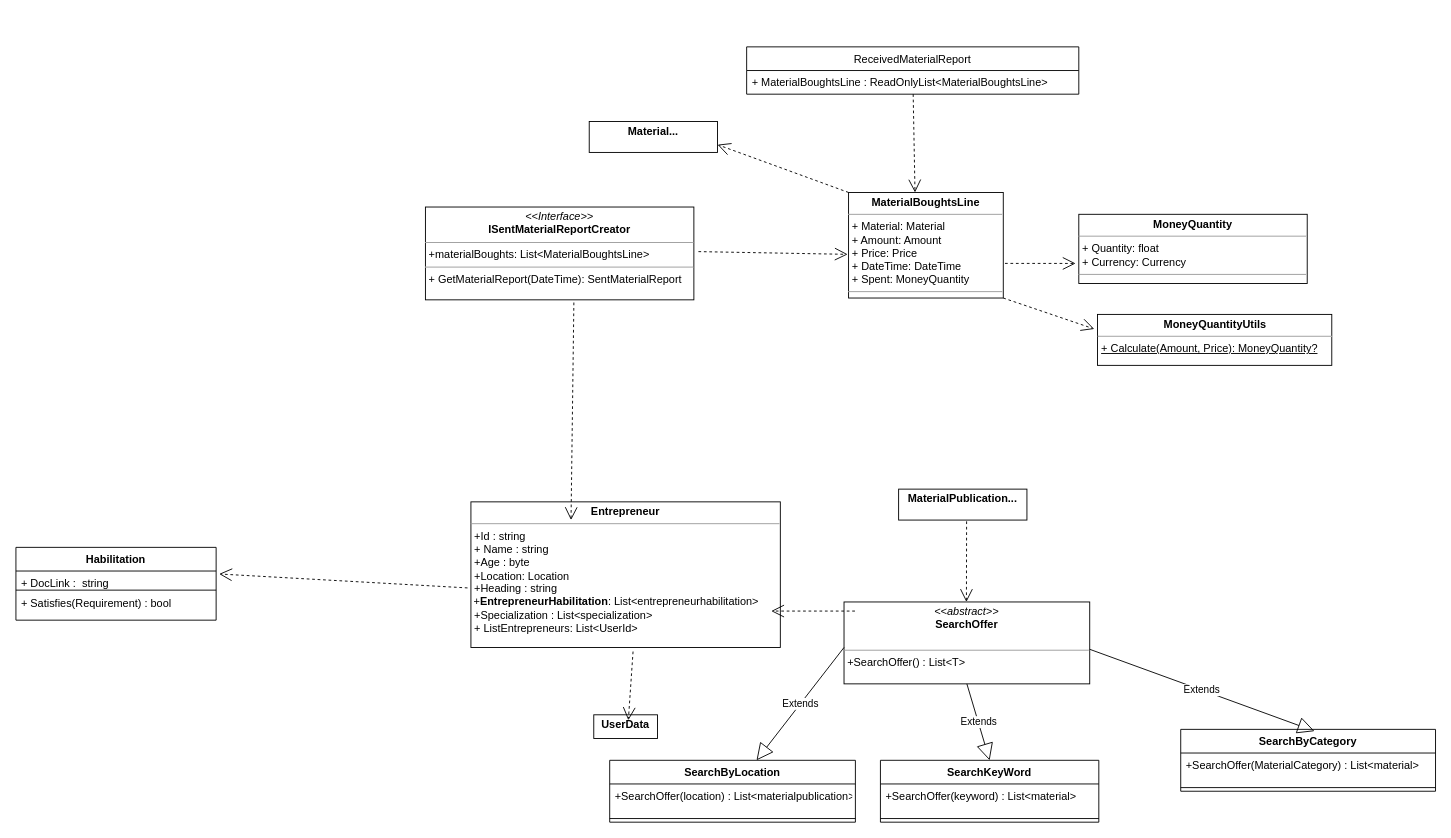
Before: assets/UML-diagramEntrepreneur.drawio in ProgramacionII-Equipo3/Grupo3-Proyecto, a draw.io diagram. Source tidied: cells renumbered, new cells numbered last; positions are measured from the earlier drawing's top-left corner, leaving out a move shared by most shapes. Both pictures are drawn from the tidied source at 91%, with x=0, y=0 at pixel (15, 46).
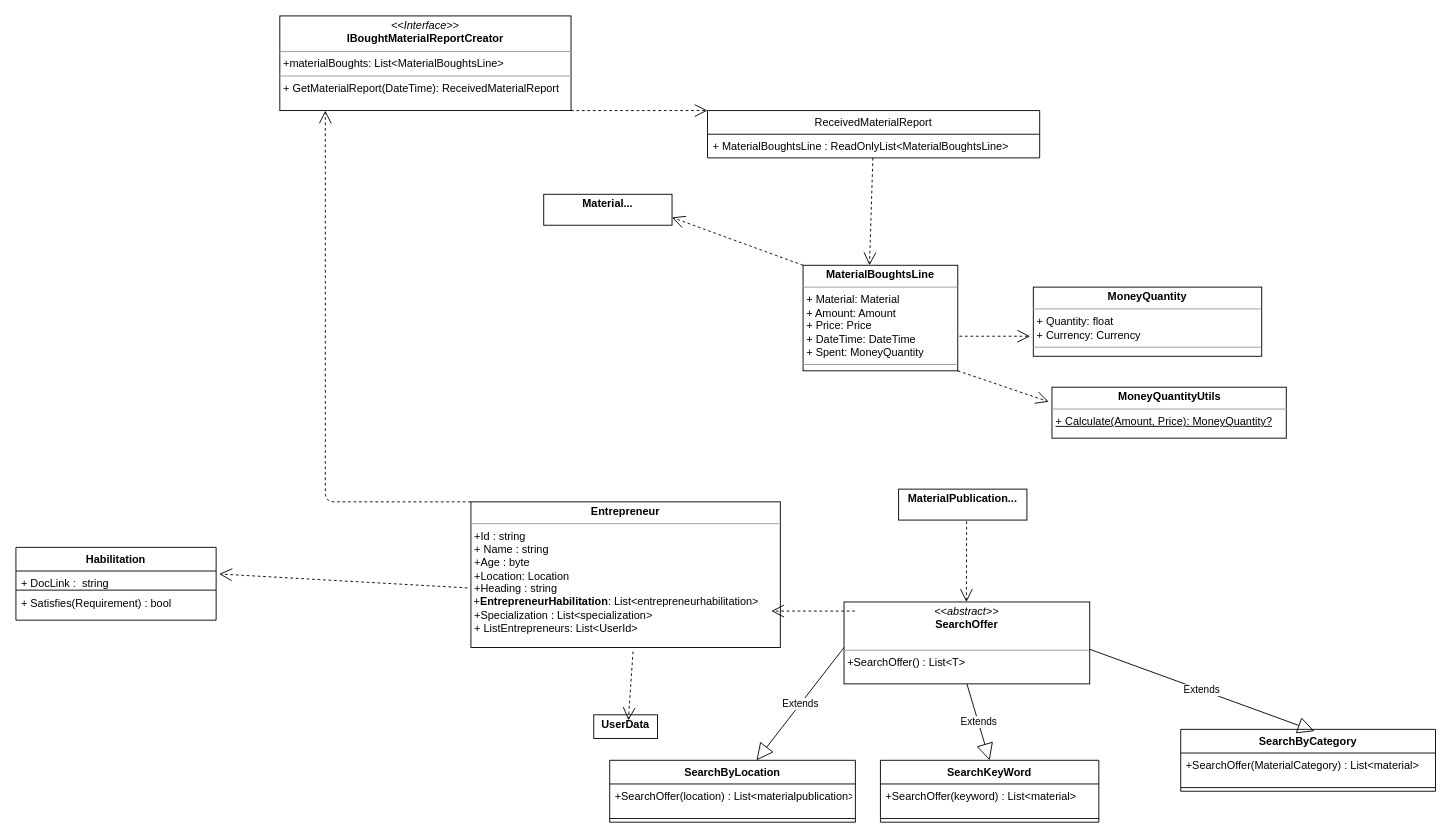
The same page after the edit.

Unchanged cells that the change refers to:
```xml
<mxCell id="2" value="&lt;p style=&quot;margin: 0px ; margin-top: 4px ; text-align: center&quot;&gt;&lt;b&gt;Entrepreneur&lt;/b&gt;&lt;/p&gt;&lt;hr size=&quot;1&quot;&gt;&lt;p style=&quot;margin: 0px ; margin-left: 4px&quot;&gt;+Id : string&lt;/p&gt;&lt;p style=&quot;margin: 0px ; margin-left: 4px&quot;&gt;+ Name : string&lt;/p&gt;&lt;p style=&quot;margin: 0px ; margin-left: 4px&quot;&gt;+Age : byte&lt;/p&gt;&lt;p style=&quot;margin: 0px ; margin-left: 4px&quot;&gt;+Location: Location&lt;/p&gt;&lt;p style=&quot;margin: 0px ; margin-left: 4px&quot;&gt;&lt;span&gt;+Heading : string&amp;nbsp;&lt;/span&gt;&lt;/p&gt;&amp;nbsp;+&lt;span style=&quot;font-weight: 700 ; text-align: center&quot;&gt;EntrepreneurHabilitation&lt;/span&gt;: List&amp;lt;entrepreneurhabilitation&amp;gt;&lt;p style=&quot;margin: 0px ; margin-left: 4px&quot;&gt;+Specialization : List&amp;lt;specialization&amp;gt;&lt;/p&gt;&lt;p style=&quot;margin: 0px ; margin-left: 4px&quot;&gt;+ ListEntrepreneurs: List&amp;lt;UserId&amp;gt;&lt;br&gt;&lt;/p&gt;&lt;p style=&quot;margin: 0px ; margin-left: 4px&quot;&gt;&lt;br&gt;&lt;/p&gt;&lt;br&gt;&lt;hr size=&quot;1&quot;&gt;&lt;p style=&quot;margin: 0px ; margin-left: 4px&quot;&gt;+ method(): Type&lt;/p&gt;" style="verticalAlign=top;align=left;overflow=fill;fontSize=12;fontFamily=Helvetica;html=1;" parent="1" vertex="1">
  <mxGeometry x="500" y="500" width="340" height="160" as="geometry" />
</mxCell>
```

The edit, as a diff of the source:
```diff
@@
     <mxCell id="8" value="ReceivedMaterialReport" style="swimlane;fontStyle=0;horizontal=1;startSize=26;" parent="1" vertex="1">
-      <mxGeometry x="803" width="365" height="52" as="geometry" />
+      <mxGeometry x="760" y="70" width="365" height="52" as="geometry" />
     </mxCell>
@@
     <mxCell id="11" value="&lt;p style=&quot;margin: 0px ; margin-top: 4px ; text-align: center&quot;&gt;&lt;b&gt;MaterialBoughtsLine&lt;/b&gt;&lt;/p&gt;&lt;hr size=&quot;1&quot;&gt;&lt;p style=&quot;margin: 0px ; margin-left: 4px&quot;&gt;+ Material: Material&lt;br&gt;&lt;/p&gt;&lt;p style=&quot;margin: 0px ; margin-left: 4px&quot;&gt;+ Amount: Amount&lt;/p&gt;&lt;p style=&quot;margin: 0px ; margin-left: 4px&quot;&gt;+ Price: Price&lt;/p&gt;&lt;p style=&quot;margin: 0px ; margin-left: 4px&quot;&gt;+ DateTime: DateTime&lt;/p&gt;&lt;p style=&quot;margin: 0px ; margin-left: 4px&quot;&gt;+ Spent: MoneyQuantity&lt;/p&gt;&lt;hr size=&quot;1&quot;&gt;&lt;p style=&quot;margin: 0px ; margin-left: 4px&quot;&gt;&lt;br&gt;&lt;/p&gt;" style="verticalAlign=top;align=left;overflow=fill;fontSize=12;fontFamily=Helvetica;html=1;" parent="1" vertex="1">
-      <mxGeometry x="915" y="160" width="170" height="116" as="geometry" />
+      <mxGeometry x="865" y="240" width="170" height="116" as="geometry" />
     </mxCell>
     <mxCell id="12" value="&lt;p style=&quot;margin: 0px ; margin-top: 4px ; text-align: center&quot;&gt;&lt;b&gt;MoneyQuantity&lt;/b&gt;&lt;/p&gt;&lt;hr size=&quot;1&quot;&gt;&lt;p style=&quot;margin: 0px ; margin-left: 4px&quot;&gt;+ Quantity: float&lt;br&gt;&lt;/p&gt;&lt;p style=&quot;margin: 0px ; margin-left: 4px&quot;&gt;+ Currency: Currency&lt;br&gt;&lt;/p&gt;&lt;hr size=&quot;1&quot;&gt;&lt;p style=&quot;margin: 0px ; margin-left: 4px&quot;&gt;&lt;br&gt;&lt;/p&gt;" style="verticalAlign=top;align=left;overflow=fill;fontSize=12;fontFamily=Helvetica;html=1;" parent="1" vertex="1">
-      <mxGeometry x="1168" y="184" width="251" height="76" as="geometry" />
+      <mxGeometry x="1118" y="264" width="251" height="76" as="geometry" />
     </mxCell>
     <mxCell id="13" value="&lt;p style=&quot;margin: 0px ; margin-top: 4px ; text-align: center&quot;&gt;&lt;b&gt;MoneyQuantityUtils&lt;/b&gt;&lt;/p&gt;&lt;hr size=&quot;1&quot;&gt;&lt;p style=&quot;margin: 0px ; margin-left: 4px&quot;&gt;&lt;u&gt;+ Calculate(Amount, Price): MoneyQuantity?&lt;/u&gt;&lt;br&gt;&lt;/p&gt;" style="verticalAlign=top;align=left;overflow=fill;fontSize=12;fontFamily=Helvetica;html=1;" parent="1" vertex="1">
-      <mxGeometry x="1188.5" y="294" width="257.5" height="56" as="geometry" />
+      <mxGeometry x="1138.5" y="374" width="257.5" height="56" as="geometry" />
     </mxCell>
     <mxCell id="14" style="endArrow=open;endSize=12;dashed=1;html=1;entryX=0;entryY=0.5;entryDx=0;entryDy=0;exitX=1.011;exitY=0.672;exitDx=0;exitDy=0;exitPerimeter=0;" parent="1" edge="1" source="11">
       <mxGeometry relative="1" as="geometry">
-        <mxPoint x="1164.5" y="238" as="targetPoint" />
+        <mxPoint x="1114.5" y="318" as="targetPoint" />
       </mxGeometry>
     </mxCell>
     <mxCell id="15" style="endArrow=open;endSize=12;dashed=1;html=1;entryX=0;entryY=0;entryDx=0;entryDy=0;exitX=1;exitY=1;exitDx=0;exitDy=0;" parent="1" edge="1" source="11">
       <mxGeometry relative="1" as="geometry">
-        <mxPoint x="1185" y="310" as="targetPoint" />
+        <mxPoint x="1135" y="390" as="targetPoint" />
       </mxGeometry>
     </mxCell>
     <mxCell id="16" style="endArrow=open;endSize=12;dashed=1;html=1;" parent="1" edge="1" source="8">
       <mxGeometry relative="1" as="geometry">
-        <mxPoint x="988" y="160" as="targetPoint" />
+        <mxPoint x="938" y="240" as="targetPoint" />
       </mxGeometry>
     </mxCell>
-    <mxCell id="17" value="&lt;p style=&quot;margin: 0px ; margin-top: 4px ; text-align: center&quot;&gt;&lt;i&gt;&amp;lt;&amp;lt;Interface&amp;gt;&amp;gt;&lt;/i&gt;&lt;br&gt;&lt;b&gt;ISentMaterialReportCreator&lt;/b&gt;&lt;/p&gt;&lt;hr size=&quot;1&quot;&gt;&lt;p style=&quot;margin: 0px ; margin-left: 4px&quot;&gt;+materialBoughts: List&amp;lt;MaterialBoughtsLine&amp;gt;&lt;br&gt;&lt;/p&gt;&lt;hr size=&quot;1&quot;&gt;&lt;p style=&quot;margin: 0px ; margin-left: 4px&quot;&gt;+ GetMaterialReport(DateTime): SentMaterialReport&lt;/p&gt;" style="verticalAlign=top;align=left;overflow=fill;fontSize=12;fontFamily=Helvetica;html=1;" parent="1" vertex="1">
-      <mxGeometry x="450" y="176" width="295" height="102" as="geometry" />
+    <mxCell id="17" value="&lt;p style=&quot;margin: 0px ; margin-top: 4px ; text-align: center&quot;&gt;&lt;i&gt;&amp;lt;&amp;lt;Interface&amp;gt;&amp;gt;&lt;/i&gt;&lt;br&gt;&lt;b&gt;IBoughtMaterialReportCreator&lt;/b&gt;&lt;/p&gt;&lt;hr size=&quot;1&quot;&gt;&lt;p style=&quot;margin: 0px ; margin-left: 4px&quot;&gt;+materialBoughts: List&amp;lt;MaterialBoughtsLine&amp;gt;&lt;br&gt;&lt;/p&gt;&lt;hr size=&quot;1&quot;&gt;&lt;p style=&quot;margin: 0px ; margin-left: 4px&quot;&gt;+ GetMaterialReport(DateTime): ReceivedMaterialReport&lt;/p&gt;" style="verticalAlign=top;align=left;overflow=fill;fontSize=12;fontFamily=Helvetica;html=1;" parent="1" vertex="1">
+      <mxGeometry x="290" y="-34" width="320" height="104" as="geometry" />
     </mxCell>
-    <mxCell id="18" style="endArrow=open;endSize=12;dashed=1;html=1;exitX=1;exitY=0.5;exitDx=0;exitDy=0;" parent="1" edge="1">
-      <mxGeometry relative="1" as="geometry">
-        <mxPoint x="750" y="225" as="sourcePoint" />
-        <mxPoint x="914" y="228" as="targetPoint" />
-      </mxGeometry>
-    </mxCell>
@@
     <mxCell id="33" value="&lt;p style=&quot;margin: 0px ; margin-top: 4px ; text-align: center&quot;&gt;&lt;b&gt;Material...&lt;/b&gt;&lt;/p&gt;" style="verticalAlign=top;align=left;overflow=fill;fontSize=12;fontFamily=Helvetica;html=1;" parent="1" vertex="1">
-      <mxGeometry x="630" y="82" width="141" height="34" as="geometry" />
+      <mxGeometry x="580" y="162" width="141" height="34" as="geometry" />
     </mxCell>
@@
-    <mxCell id="38" style="endArrow=open;endSize=12;dashed=1;html=1;rounded=0;exitX=0.553;exitY=1.029;exitDx=0;exitDy=0;exitPerimeter=0;" parent="1" edge="1" source="17">
-      <mxGeometry y="105" relative="1" as="geometry">
-        <mxPoint x="610" y="520" as="targetPoint" />
-      </mxGeometry>
+    <mxCell id="38" style="endArrow=open;endSize=12;dashed=1;html=1;exitX=1;exitY=1;exitDx=0;exitDy=0;entryX=0;entryY=0;entryDx=0;entryDy=0;" parent="1" edge="1" source="17" target="8">
+      <mxGeometry relative="1" as="geometry" />
     </mxCell>
+    <mxCell id="39" style="endArrow=open;endSize=12;dashed=1;html=1;exitX=0;exitY=0;exitDx=0;exitDy=0;" parent="1" edge="1" source="2">
+      <mxGeometry relative="1" as="geometry">
+        <mxPoint x="340" y="70" as="targetPoint" />
+        <Array as="points">
+          <mxPoint x="340" y="500" />
+        </Array>
+      </mxGeometry>
+    </mxCell>
```
